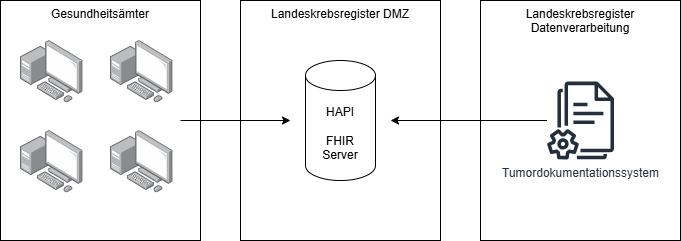
Above: Images/Architektur.png in gematik/fhir-sterbefall (draw.io), before the change. Source tidied: cells renumbered, new cells last; positions are measured from the earlier drawing's top-left corner, leaving out a move shared by most shapes.
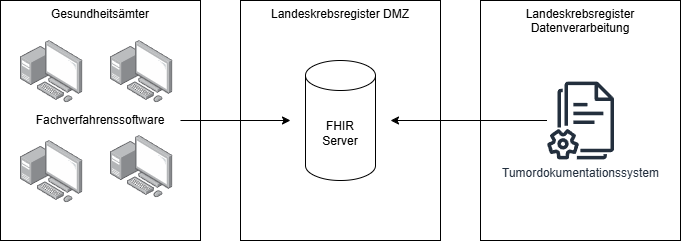
The same diagram one commit later.

The edit, as a diff of the source:
```diff
@@ -11,20 +11,20 @@
     <mxCell id="4" value="Landeskrebsregister Datenverarbeitung" style="rounded=0;whiteSpace=wrap;html=1;verticalAlign=top;" parent="1" vertex="1">
       <mxGeometry x="480" width="200" height="240" as="geometry" />
     </mxCell>
-    <mxCell id="5" value="&lt;div&gt;HAPI&lt;/div&gt;&lt;div&gt;&lt;br&gt;&lt;/div&gt;FHIR&lt;div&gt;Server&lt;/div&gt;" style="shape=cylinder3;whiteSpace=wrap;html=1;boundedLbl=1;backgroundOutline=1;size=15;" parent="1" vertex="1">
+    <mxCell id="5" value="&lt;div&gt;&lt;span style=&quot;background-color: transparent; color: light-dark(rgb(0, 0, 0), rgb(255, 255, 255));&quot;&gt;FHIR&lt;/span&gt;&lt;/div&gt;&lt;div&gt;Server&lt;/div&gt;" style="shape=cylinder3;whiteSpace=wrap;html=1;boundedLbl=1;backgroundOutline=1;size=15;" parent="1" vertex="1">
       <mxGeometry x="305" y="60" width="70" height="120" as="geometry" />
     </mxCell>
     <mxCell id="6" style="image;html=1;align=center;shadow=0;dashed=0;image=img/lib/allied_telesis/computer_and_terminals/Personal_Computer_with_Server.svg;" parent="1" vertex="1">
       <mxGeometry x="20" y="40" width="62.4" height="62.4" as="geometry" />
     </mxCell>
     <mxCell id="7" style="image;html=1;align=center;shadow=0;dashed=0;image=img/lib/allied_telesis/computer_and_terminals/Personal_Computer_with_Server.svg;" parent="1" vertex="1">
-      <mxGeometry x="20" y="130" width="62.4" height="62.4" as="geometry" />
+      <mxGeometry x="20" y="140" width="62.4" height="62.4" as="geometry" />
     </mxCell>
     <mxCell id="8" style="image;html=1;align=center;shadow=0;dashed=0;image=img/lib/allied_telesis/computer_and_terminals/Personal_Computer_with_Server.svg;" parent="1" vertex="1">
       <mxGeometry x="110" y="40" width="62.4" height="62.4" as="geometry" />
     </mxCell>
     <mxCell id="9" style="image;html=1;align=center;shadow=0;dashed=0;image=img/lib/allied_telesis/computer_and_terminals/Personal_Computer_with_Server.svg;" parent="1" vertex="1">
-      <mxGeometry x="110" y="130" width="62.4" height="62.4" as="geometry" />
+      <mxGeometry x="110" y="135" width="62.4" height="62.4" as="geometry" />
     </mxCell>
     <mxCell id="10" value="Tumordokumentationssystem" style="sketch=0;outlineConnect=0;fontColor=#232F3E;gradientColor=none;fillColor=#232F3D;strokeColor=none;dashed=0;verticalLabelPosition=bottom;verticalAlign=top;align=center;html=1;fontSize=12;fontStyle=0;shape=mxgraph.aws4.documents2;" parent="1" vertex="1">
       <mxGeometry x="546.5" y="81" width="67" height="78" as="geometry" />
@@ -40,5 +40,8 @@
         <mxPoint x="290" y="120" as="targetPoint" />
       </mxGeometry>
     </mxCell>
+    <mxCell id="13" value="Fachverfahrenssoftware" style="text;html=1;whiteSpace=wrap;strokeColor=none;fillColor=none;align=center;verticalAlign=middle;rounded=0;" parent="1" vertex="1">
+      <mxGeometry x="30" y="105" width="140" height="30" as="geometry" />
+    </mxCell>
   </root>
 </mxGraphModel>
```
